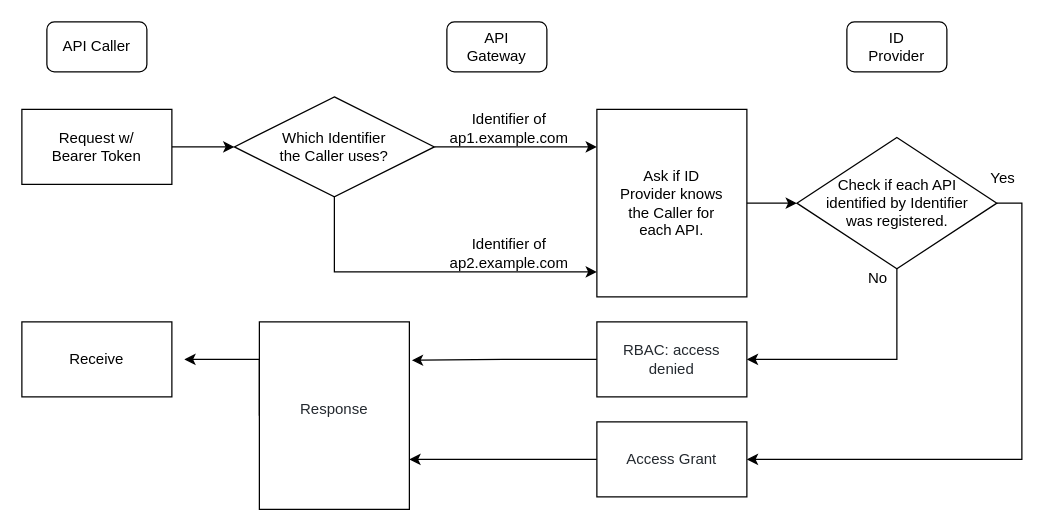
This is istioAuth0/Auth0.drawio from developer-onizuka/Diagrams, a draw.io file, before an edit. Source tidied: cells renumbered, new cells numbered last; positions are measured from the earlier drawing's top-left corner, leaving out a move shared by most shapes. Both pictures are drawn from the tidied source at 125%, with x=0, y=0 at pixel (21, 21).
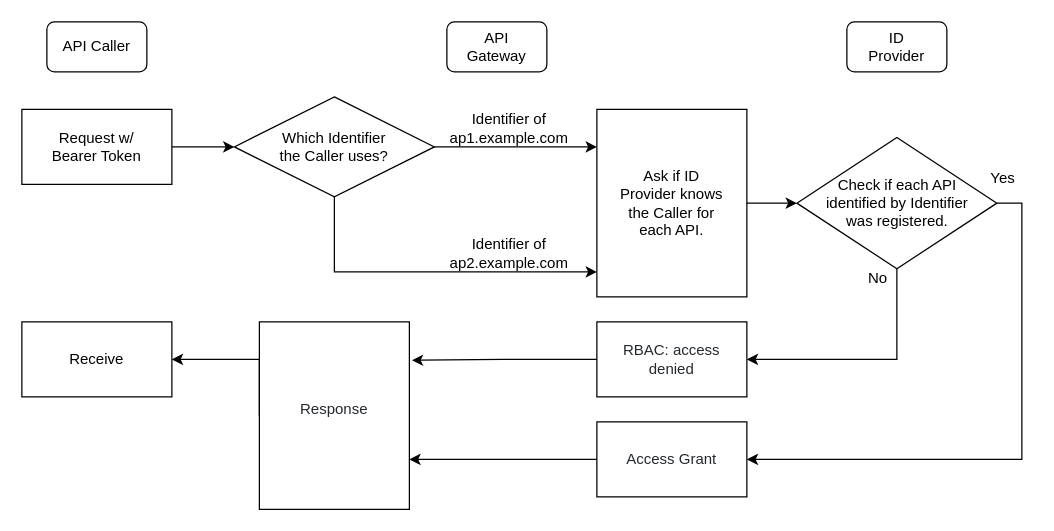
After the change.

Unchanged cells that the change refers to:
```xml
<mxCell id="29" style="rounded=0;whiteSpace=wrap;html=1;" parent="1" vertex="1">
  <mxGeometry x="190" y="240" width="120" height="150" as="geometry" />
</mxCell>
<mxCell id="31" style="rounded=0;whiteSpace=wrap;html=1;" parent="1" vertex="1">
  <mxGeometry y="240" width="120" height="60" as="geometry" />
</mxCell>
```

What changed in the source:
```diff
@@
-    <mxCell id="28" style="edgeStyle=orthogonalEdgeStyle;rounded=0;jettySize=auto;html=1;exitX=0;exitY=0.5;exitDx=0;exitDy=0;fontSize=12;" parent="1" edge="1" source="29">
+    <mxCell id="28" style="edgeStyle=orthogonalEdgeStyle;rounded=0;jettySize=auto;html=1;exitX=0;exitY=0.5;exitDx=0;exitDy=0;fontSize=12;entryX=1;entryY=0.5;entryDx=0;entryDy=0;" parent="1" edge="1" source="29" target="31">
       <mxGeometry relative="1" as="geometry">
-        <mxPoint x="130" y="270" as="targetPoint" />
         <Array as="points">
           <mxPoint x="190" y="270" />
         </Array>
       </mxGeometry>
     </mxCell>
```
